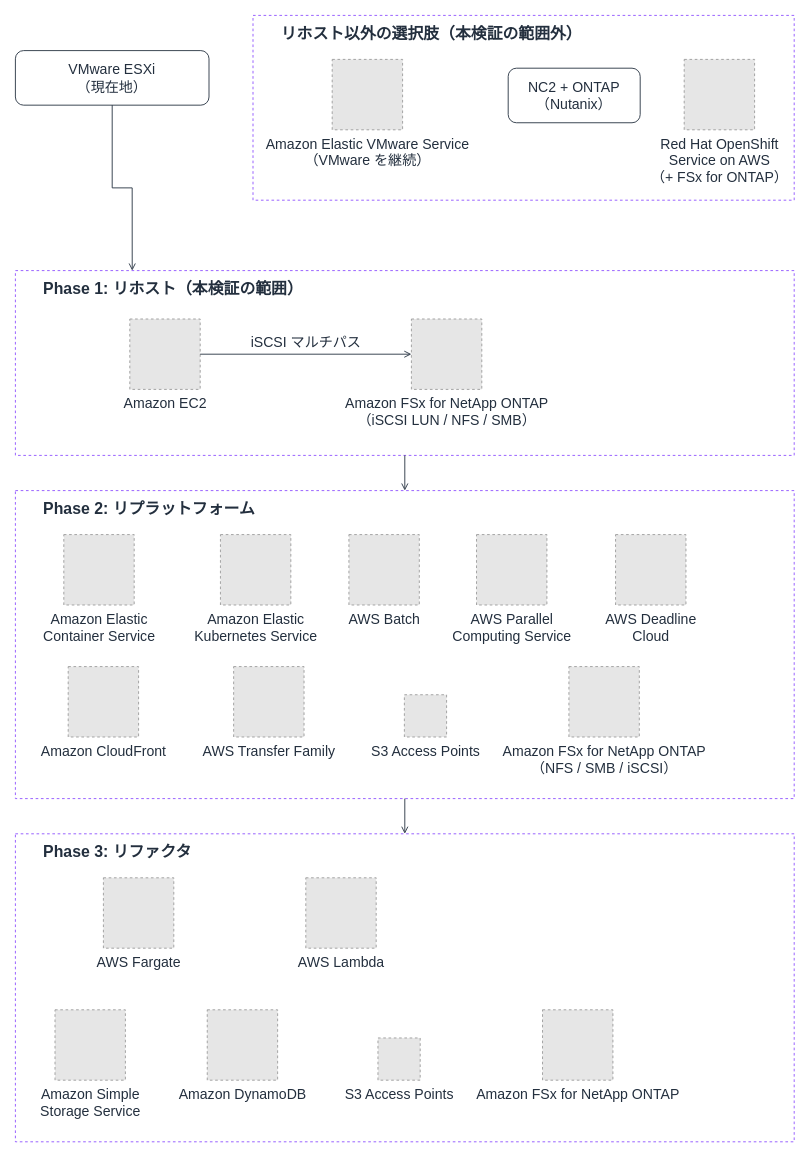
Yoshiki0705/VMware-Migration-EC2-ONTAP keeps this draw.io diagram as docs/_assets/diagrams/atx-fsxn-migration-journey.drawio. Above is the earlier version. Source tidied: cells renumbered, new cells numbered last; positions are measured from the earlier drawing's top-left corner, leaving out a move shared by most shapes. Both pictures are drawn from the tidied source at 88%, with x=0, y=0 at pixel (15, 15). Pictures stored in the file or linked from it are replaced by grey dashed boxes.
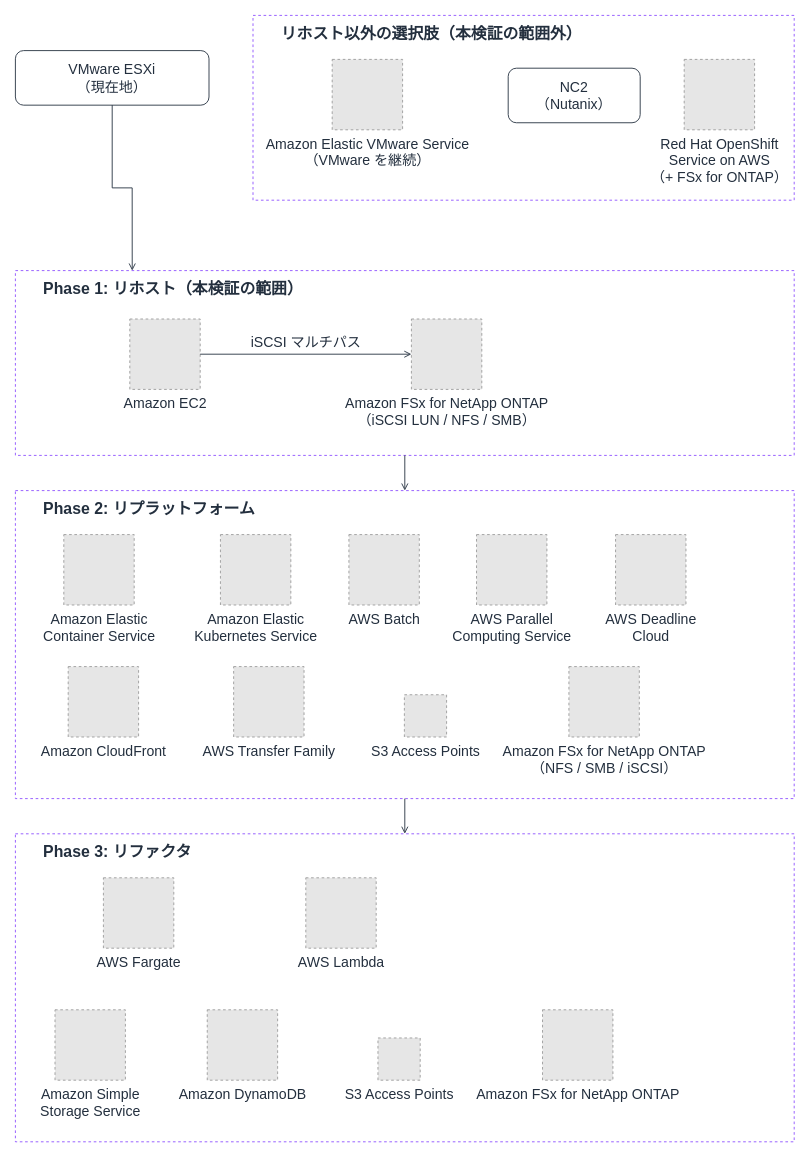
Above is the later version.

The edit, as a diff of the source:
```diff
@@
-    <mxCell id="7" value="NC2 + ONTAP&#10;（Nutanix）" style="rounded=1;whiteSpace=wrap;html=1;strokeColor=#232F3E;fillColor=none;fontColor=#232F3E;fontSize=16;verticalAlign=middle;align=center;" parent="1" vertex="1">
+    <mxCell id="7" value="NC2&#10;（Nutanix）" style="rounded=1;whiteSpace=wrap;html=1;strokeColor=#232F3E;fillColor=none;fontColor=#232F3E;fontSize=16;verticalAlign=middle;align=center;" parent="1" vertex="1">
       <mxGeometry x="560" y="60" width="150" height="62" as="geometry" />
     </mxCell>
```
